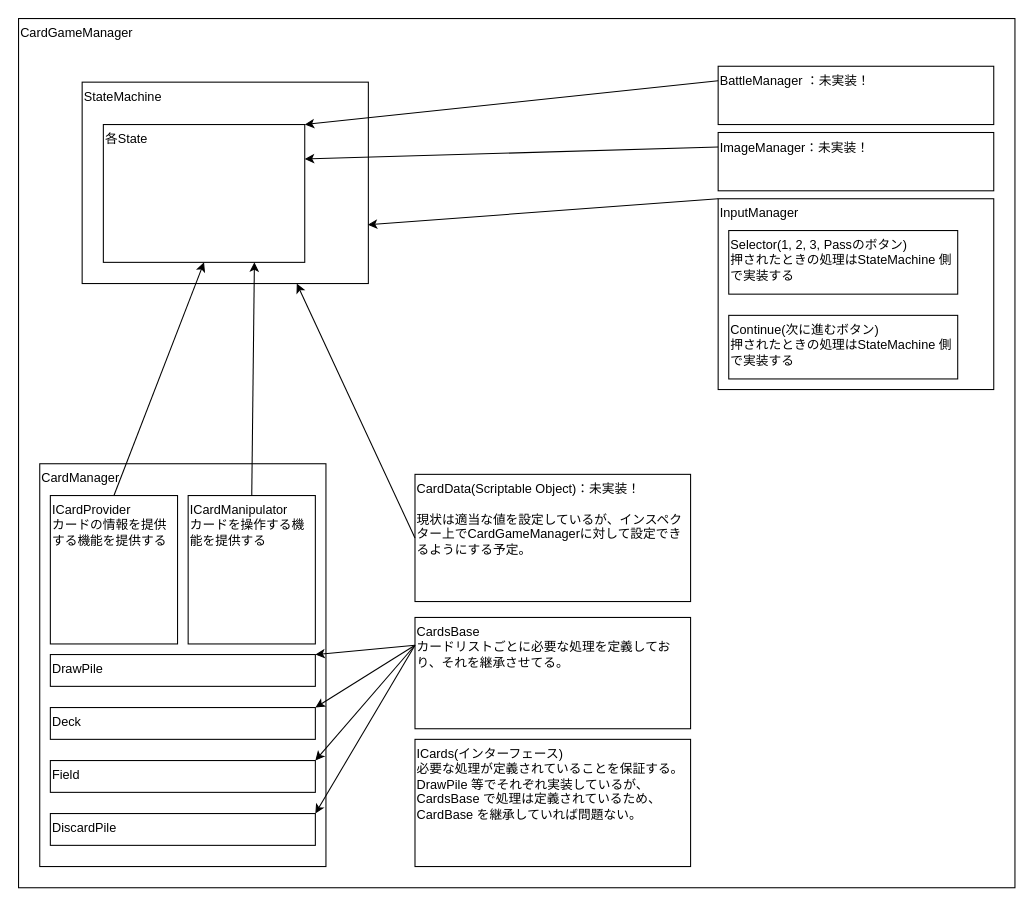
ehime-iyokan/DrawIO keeps this draw.io diagram as CardGameStructure/GameStrucuture.drawio. Above is the earlier version. Source tidied: cells renumbered, new cells numbered last; positions are measured from the earlier drawing's top-left corner, leaving out a move shared by most shapes. Both pictures are drawn from the tidied source at 106%, with x=0, y=0 at pixel (18, 18).
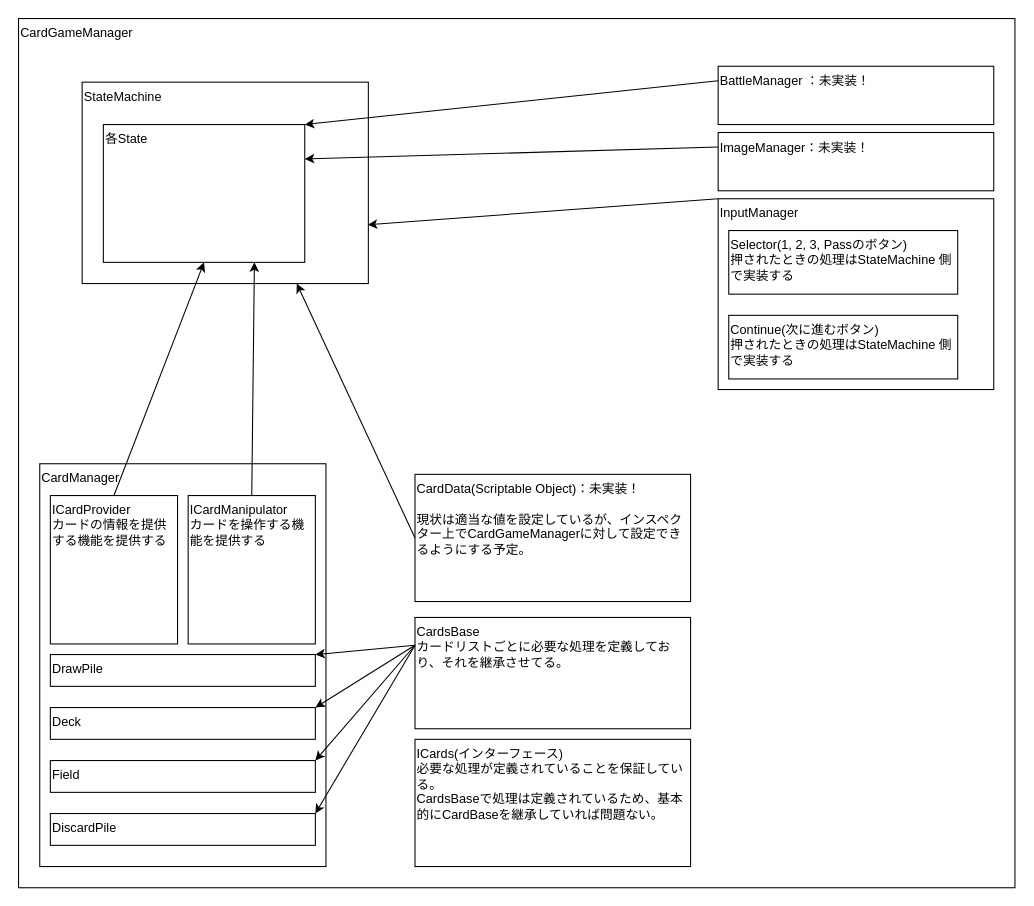
After the change.

Commit message (it also covers changes not shown here):
現状の大雑把な構成図を作成

The edit, as a diff of the source:
```diff
@@
-    <mxCell id="5" value="ICards(インターフェース)&lt;br&gt;&lt;div&gt;必要な処理が定義されていることを保証する。&lt;/div&gt;&lt;div&gt;&lt;div&gt;DrawPile 等でそれぞれ実装しているが、CardsBase で処理は定義されているため、CardBase を継承していれば問題ない。&lt;/div&gt;&lt;/div&gt;" style="rounded=0;whiteSpace=wrap;html=1;align=left;verticalAlign=top;" parent="1" vertex="1">
+    <mxCell id="5" value="ICards(インターフェース)&lt;br&gt;&lt;div&gt;必要な処理が定義されていることを保証している。&lt;/div&gt;&lt;div&gt;&lt;div&gt;CardsBaseで処理は定義されているため、基本的にCardBaseを継承していれば問題ない。&lt;/div&gt;&lt;/div&gt;" style="rounded=0;whiteSpace=wrap;html=1;align=left;verticalAlign=top;" parent="1" vertex="1">
       <mxGeometry x="374" y="680" width="260" height="120" as="geometry" />
     </mxCell>
```
